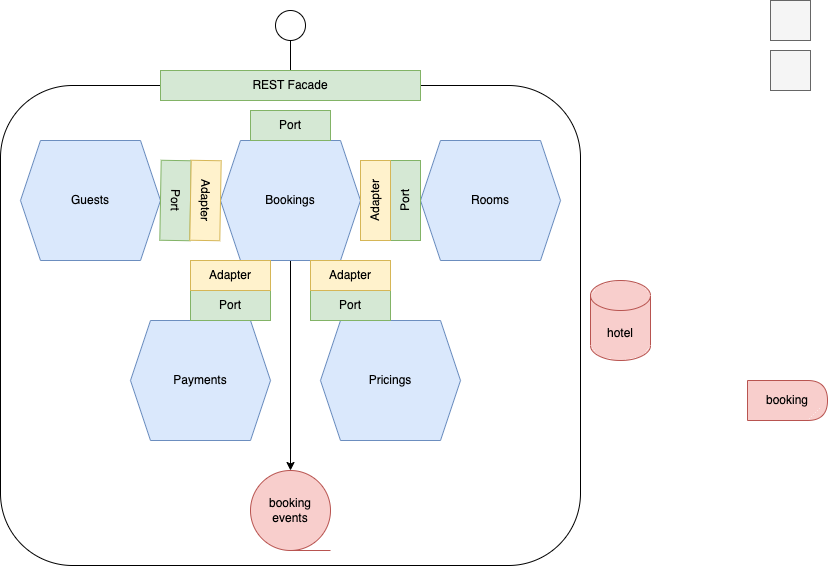
The draw.io diagram sb-hotel/docs/ports-adapters.png in miroslavgrgic/eclipsestore, before a commit. Source tidied: cells renumbered, new cells last; positions are measured from the earlier drawing's top-left corner, leaving out a move shared by most shapes.
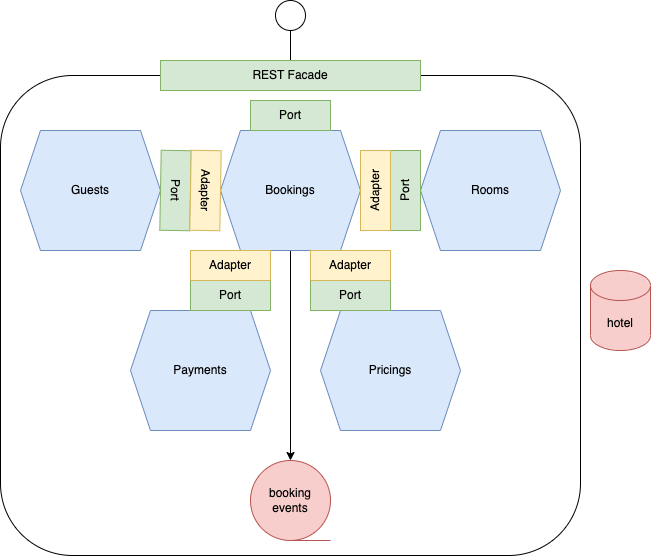
The same file after the commit.

Commit message:
updated diagrams; moved validation into Booking class

Change to the diagram source:
```diff
@@ -23,12 +23,6 @@
     <mxCell id="8" value="Payments" style="shape=hexagon;perimeter=hexagonPerimeter2;whiteSpace=wrap;html=1;fixedSize=1;fillColor=#dae8fc;strokeColor=#6c8ebf;" parent="1" vertex="1">
       <mxGeometry x="130" y="320" width="140" height="120" as="geometry" />
     </mxCell>
-    <mxCell id="9" style="whiteSpace=wrap;html=1;fillColor=#f5f5f5;fontColor=#333333;strokeColor=#666666;" parent="1" vertex="1">
-      <mxGeometry x="770" y="50" width="40" height="40" as="geometry" />
-    </mxCell>
-    <mxCell id="10" style="whiteSpace=wrap;html=1;fillColor=#f5f5f5;fontColor=#333333;strokeColor=#666666;" parent="1" vertex="1">
-      <mxGeometry x="770" width="40" height="40" as="geometry" />
-    </mxCell>
     <mxCell id="11" style="group;" parent="1" vertex="1">
       <mxGeometry x="360" y="160" width="60" height="80" as="geometry" />
     </mxCell>
@@ -53,9 +47,6 @@
     <mxCell id="18" value="booking&lt;br&gt;events" style="shape=tapeData;whiteSpace=wrap;html=1;perimeter=ellipsePerimeter;fillColor=#f8cecc;strokeColor=#b85450;" parent="1" vertex="1">
       <mxGeometry x="250" y="470" width="80" height="80" as="geometry" />
     </mxCell>
-    <mxCell id="19" value="booking" style="shape=delay;whiteSpace=wrap;html=1;fillColor=#f8cecc;strokeColor=#b85450;" parent="1" vertex="1">
-      <mxGeometry x="747" y="380" width="80" height="40" as="geometry" />
-    </mxCell>
     <mxCell id="20" value="Port" style="rounded=0;whiteSpace=wrap;html=1;rotation=0;fillColor=#d5e8d4;strokeColor=#82b366;" parent="1" vertex="1">
       <mxGeometry x="310" y="290" width="80" height="30" as="geometry" />
     </mxCell>
```
